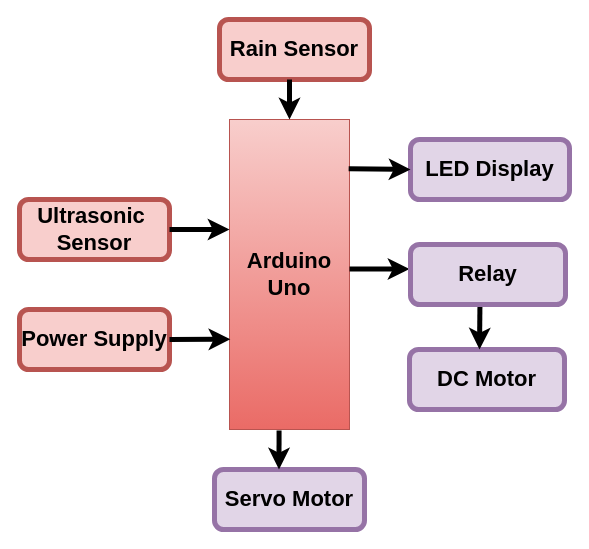
Earlier version of the draw.io diagram page "Page-1" (1 of 2) of Untitled Diagram.drawio (Akshaykelagade/M2-EmbSys). Source tidied: cells renumbered, new cells numbered last; positions are measured from the earlier drawing's top-left corner, leaving out a move shared by most shapes. Both pictures are drawn from the tidied source at 100%, with x=0, y=0 at pixel (19, 19).
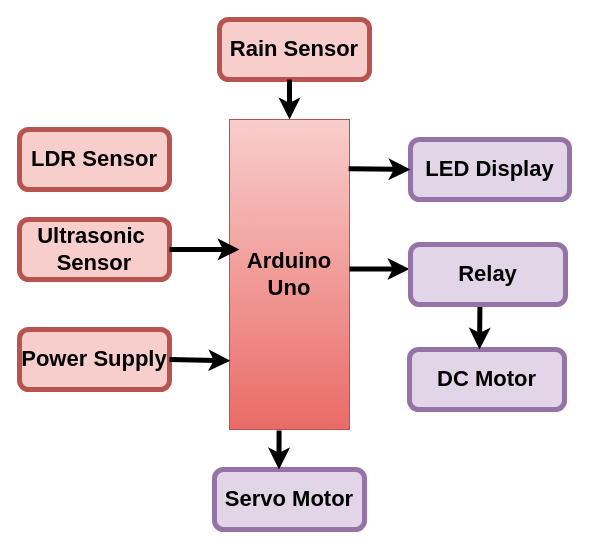
After the change.

Unchanged cells that the change refers to:
```xml
<mxCell id="3" value="&lt;b&gt;&lt;font style=&quot;font-size: 22px&quot;&gt;Arduino Uno&lt;/font&gt;&lt;/b&gt;" style="rounded=0;whiteSpace=wrap;html=1;fillColor=#f8cecc;strokeColor=#b85450;gradientColor=#ea6b66;" parent="1" vertex="1">
  <mxGeometry x="210" y="100" width="120" height="310" as="geometry" />
</mxCell>
```

Change to the diagram source:
```diff
@@
     <mxCell id="6" value="&lt;b&gt;Ultrasonic&amp;nbsp;&lt;br&gt;Sensor&lt;/b&gt;" style="rounded=1;whiteSpace=wrap;html=1;fontSize=22;fillColor=#f8cecc;strokeColor=#b85450;strokeWidth=5;" parent="1" vertex="1">
-      <mxGeometry y="180" width="150" height="60" as="geometry" />
+      <mxGeometry y="200" width="150" height="60" as="geometry" />
     </mxCell>
     <mxCell id="7" value="&lt;b&gt;Power Supply&lt;/b&gt;" style="rounded=1;whiteSpace=wrap;html=1;fontSize=22;fillColor=#f8cecc;strokeColor=#b85450;strokeWidth=5;" parent="1" vertex="1">
-      <mxGeometry y="290" width="150" height="60" as="geometry" />
+      <mxGeometry y="310" width="150" height="60" as="geometry" />
     </mxCell>
-    <mxCell id="8" style="endArrow=classic;html=1;rounded=1;fontSize=22;exitX=1;exitY=0.5;exitDx=0;exitDy=0;entryX=0.007;entryY=0.709;entryDx=0;entryDy=0;entryPerimeter=0;strokeWidth=5;" parent="1" edge="1" source="7" target="3">
+    <mxCell id="8" style="endArrow=classic;html=1;rounded=1;fontSize=22;exitX=1;exitY=0.5;exitDx=0;exitDy=0;entryX=0.007;entryY=0.778;entryDx=0;entryDy=0;entryPerimeter=0;strokeWidth=5;" parent="1" edge="1" source="7" target="3">
       <mxGeometry relative="1" as="geometry" />
     </mxCell>
-    <mxCell id="9" style="endArrow=classic;html=1;rounded=1;fontSize=22;strokeWidth=5;exitX=1;exitY=0.5;exitDx=0;exitDy=0;entryX=0;entryY=0.355;entryDx=0;entryDy=0;entryPerimeter=0;" parent="1" edge="1" source="6" target="3">
+    <mxCell id="9" style="endArrow=classic;html=1;rounded=1;fontSize=22;strokeWidth=5;exitX=1;exitY=0.5;exitDx=0;exitDy=0;entryX=0.083;entryY=0.419;entryDx=0;entryDy=0;entryPerimeter=0;" parent="1" edge="1" source="6" target="3">
       <mxGeometry relative="1" as="geometry" />
     </mxCell>
@@
+    <mxCell id="17" value="&lt;font style=&quot;font-size: 22px&quot;&gt;&lt;b&gt;LDR Sensor&lt;/b&gt;&lt;/font&gt;" style="rounded=1;whiteSpace=wrap;html=1;fillColor=#f8cecc;strokeColor=#b85450;strokeWidth=5;" parent="1" vertex="1">
+      <mxGeometry y="110" width="150" height="60" as="geometry" />
+    </mxCell>
```
